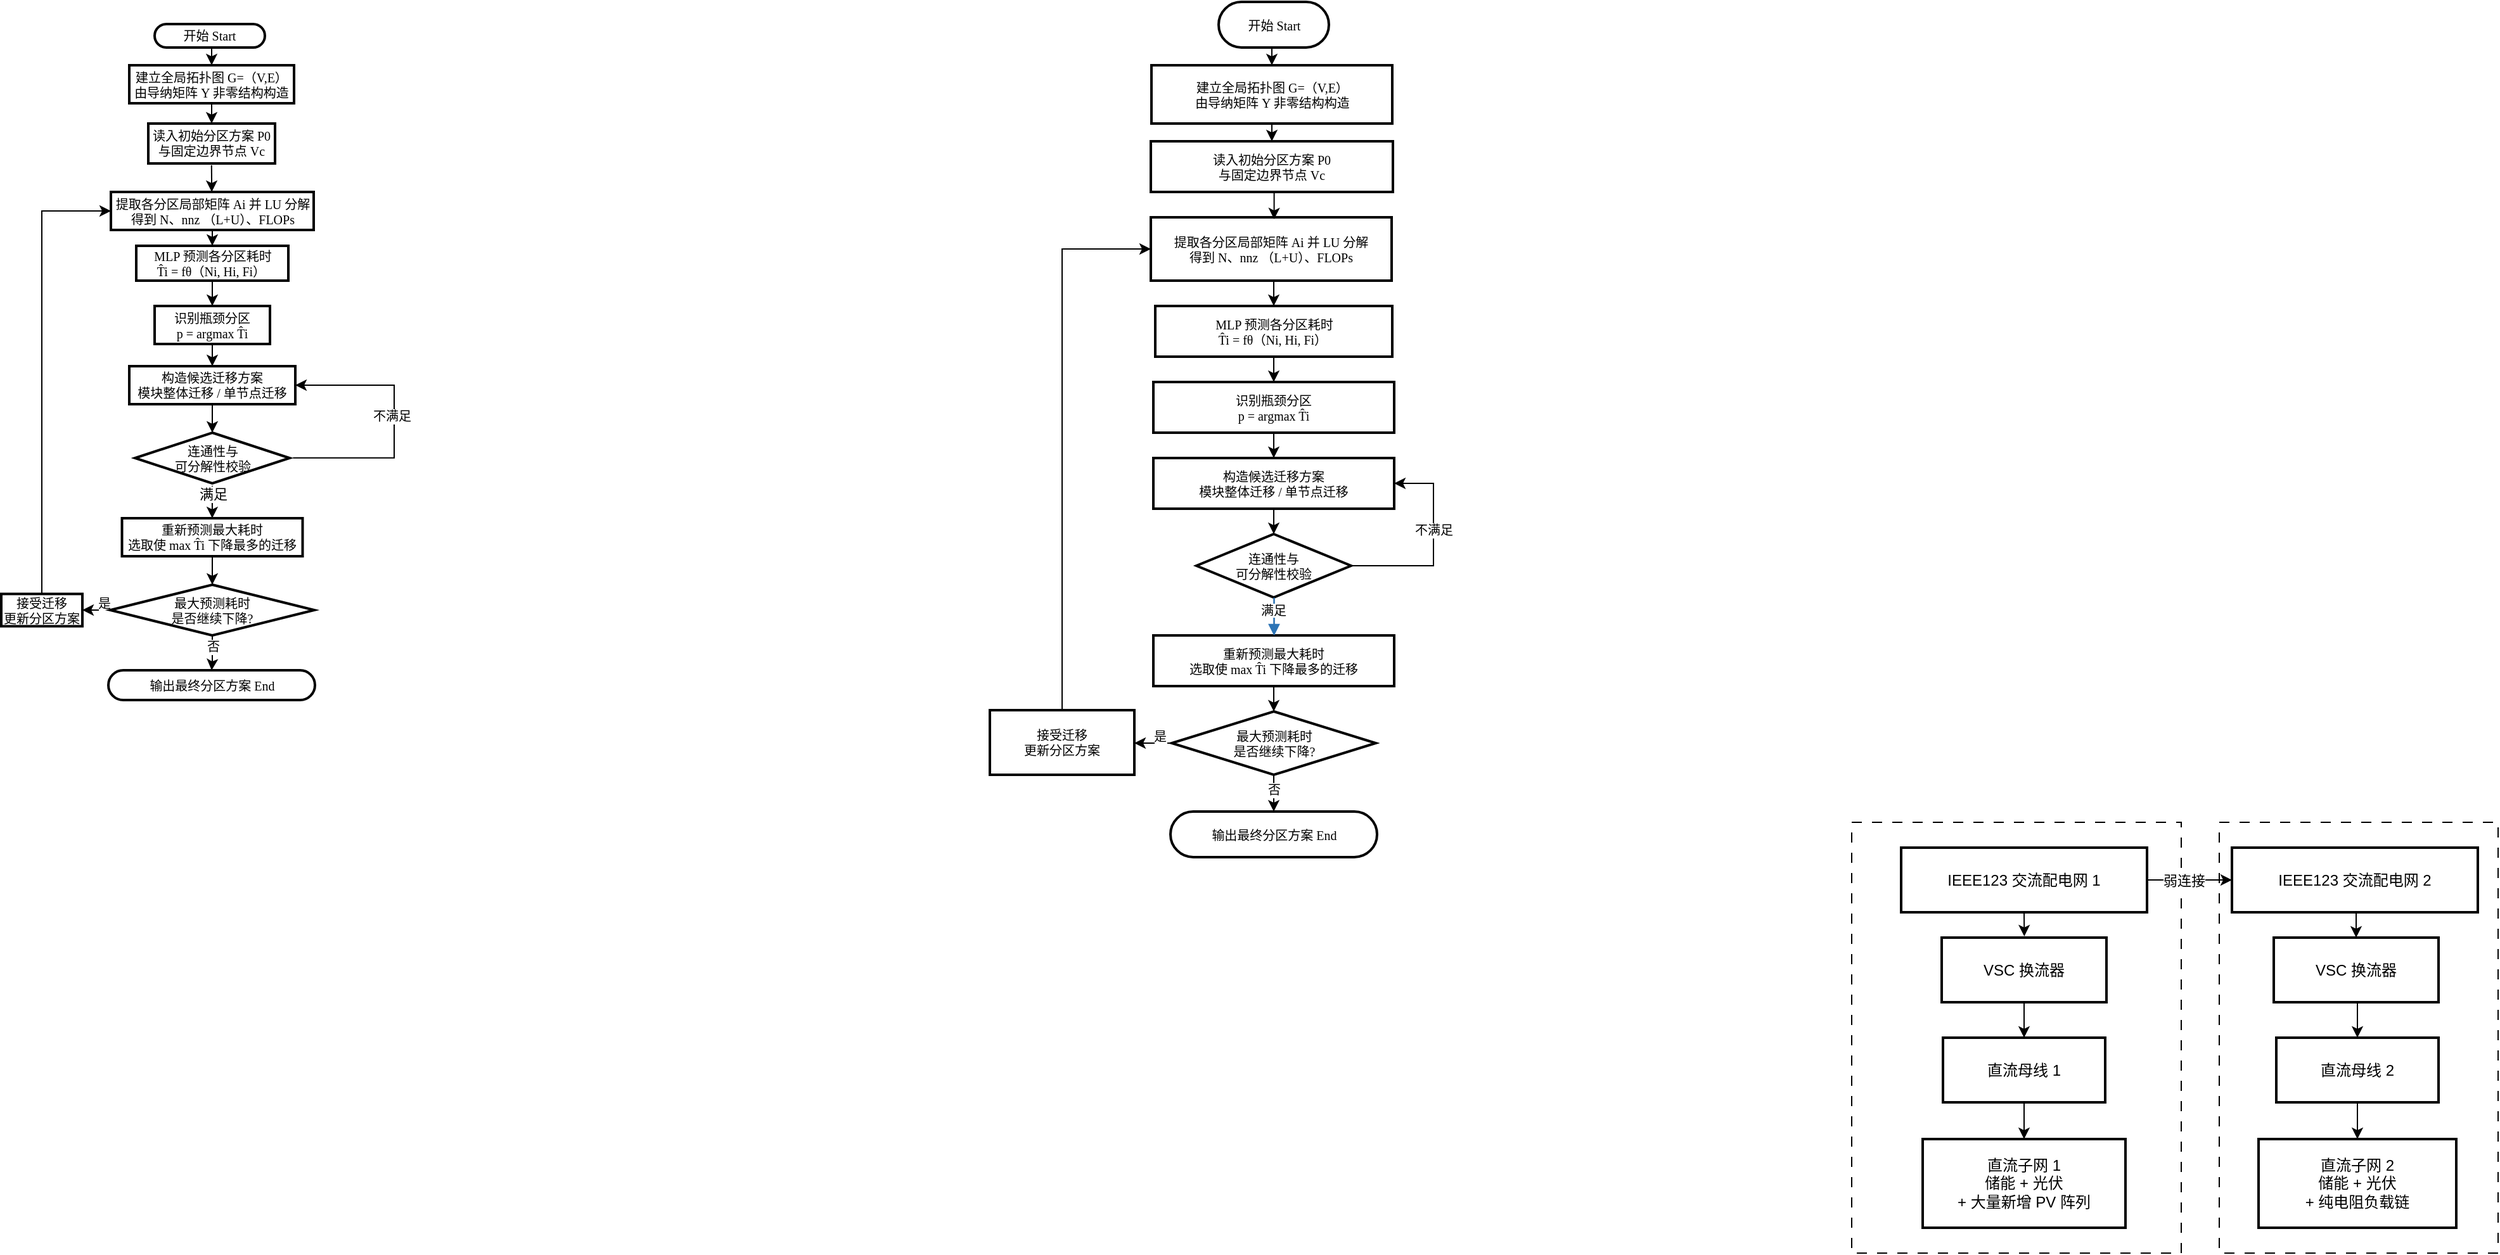
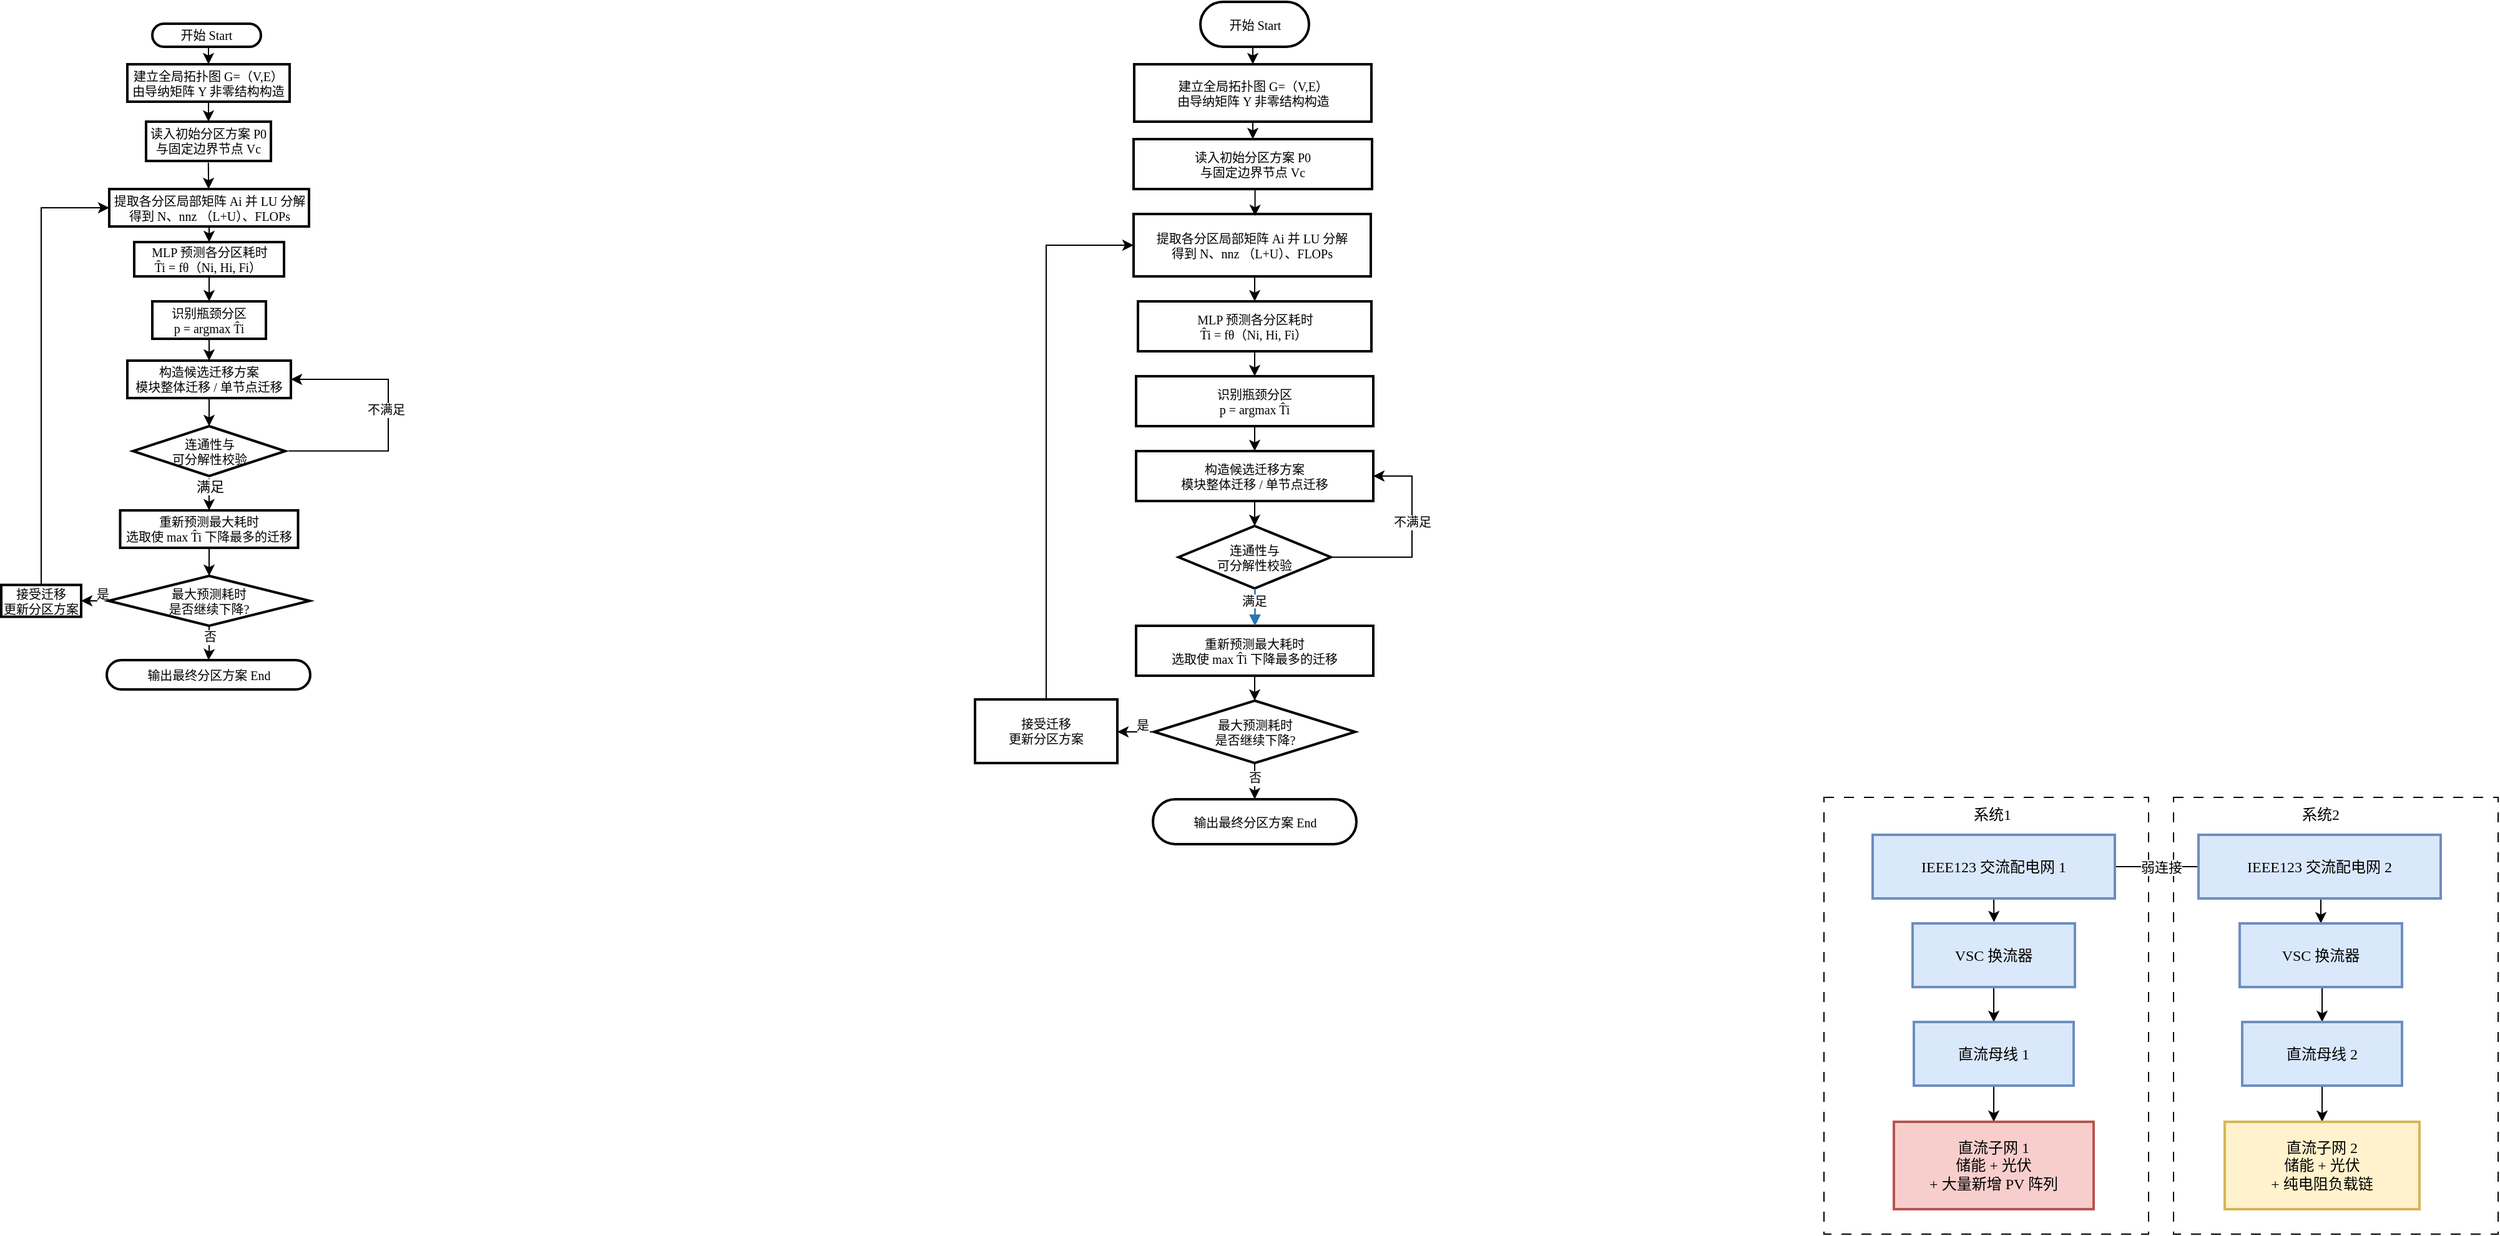
<mxfile host="app.diagrams.net">
  <diagram id="C5RBs43oDa-KdzZeNtuy" name="Page-1">
-     <mxGraphModel dx="2480" dy="474" grid="1" gridSize="10" guides="1" tooltips="1" connect="1" arrows="0" fold="1" page="0" pageScale="1" pageWidth="827" pageHeight="1169" math="0" shadow="0">
+     <mxGraphModel dx="2627" dy="553" grid="0" gridSize="10" guides="1" tooltips="1" connect="1" arrows="0" fold="1" page="0" pageScale="1" pageWidth="827" pageHeight="1169" math="0" shadow="0">
      <root>
        <mxCell id="WIyWlLk6GJQsqaUBKTNV-0" />
        <mxCell id="WIyWlLk6GJQsqaUBKTNV-1" parent="WIyWlLk6GJQsqaUBKTNV-0" />
-         <mxCell id="Rnd2EKu7hbV3BZERFTsq-199" parent="WIyWlLk6GJQsqaUBKTNV-1" style="rounded=0;whiteSpace=wrap;html=1;dashed=1;dashPattern=8 8;" value="" vertex="1">
-           <mxGeometry height="340" width="220" x="320" y="950" as="geometry" />
-         </mxCell>
-         <mxCell id="Rnd2EKu7hbV3BZERFTsq-198" parent="WIyWlLk6GJQsqaUBKTNV-1" style="rounded=0;whiteSpace=wrap;html=1;dashed=1;dashPattern=8 8;" value="" vertex="1">
-           <mxGeometry height="340" width="260" x="30" y="950" as="geometry" />
+         <mxCell id="Rnd2EKu7hbV3BZERFTsq-201" parent="WIyWlLk6GJQsqaUBKTNV-1" style="rounded=0;whiteSpace=wrap;html=1;dashed=1;dashPattern=8 8;fontFamily=Times New Roman;" value="" vertex="1">
+           <mxGeometry height="350" width="260" x="310" y="940" as="geometry" />
+         </mxCell>
+         <mxCell id="Rnd2EKu7hbV3BZERFTsq-198" parent="WIyWlLk6GJQsqaUBKTNV-1" style="rounded=0;whiteSpace=wrap;html=1;dashed=1;dashPattern=8 8;fontFamily=Times New Roman;" value="" vertex="1">
+           <mxGeometry height="350" width="260" x="30" y="940" as="geometry" />
        </mxCell>
        <mxCell id="Rnd2EKu7hbV3BZERFTsq-74" edge="1" parent="WIyWlLk6GJQsqaUBKTNV-1" source="Rnd2EKu7hbV3BZERFTsq-25" style="edgeStyle=orthogonalEdgeStyle;rounded=0;orthogonalLoop=1;jettySize=auto;html=1;exitX=0.5;exitY=1;exitDx=0;exitDy=0;entryX=0.5;entryY=0;entryDx=0;entryDy=0;fontSize=10;fontFamily=Times New Roman;labelBorderColor=none;" target="Rnd2EKu7hbV3BZERFTsq-26">
          <mxGeometry relative="1" as="geometry" />
        </mxCell>
        <mxCell id="Rnd2EKu7hbV3BZERFTsq-25" parent="WIyWlLk6GJQsqaUBKTNV-1" style="rounded=1;whiteSpace=wrap;arcSize=50;strokeWidth=2;fontFamily=Times New Roman;fillColor=none;fontSize=10;labelBorderColor=none;align=center;" value="开始 Start" vertex="1">
          <mxGeometry height="18.5" width="87" x="-1309" y="320" as="geometry" />
        </mxCell>
        <mxCell id="Rnd2EKu7hbV3BZERFTsq-77" edge="1" parent="WIyWlLk6GJQsqaUBKTNV-1" source="Rnd2EKu7hbV3BZERFTsq-26" style="edgeStyle=orthogonalEdgeStyle;rounded=0;orthogonalLoop=1;jettySize=auto;html=1;exitX=0.5;exitY=1;exitDx=0;exitDy=0;entryX=0.5;entryY=0;entryDx=0;entryDy=0;fontSize=10;fontFamily=Times New Roman;labelBorderColor=none;" target="Rnd2EKu7hbV3BZERFTsq-27">
          <mxGeometry relative="1" as="geometry" />
        </mxCell>
        <mxCell id="Rnd2EKu7hbV3BZERFTsq-26" parent="WIyWlLk6GJQsqaUBKTNV-1" style="whiteSpace=wrap;strokeWidth=2;fontFamily=Times New Roman;fontSize=10;labelBorderColor=none;align=center;" value="建立全局拓扑图 G=（V,E）&#xa;由导纳矩阵 Y 非零结构构造" vertex="1">
          <mxGeometry height="30" width="130" x="-1329" y="352.5" as="geometry" />
        </mxCell>
        <mxCell id="Rnd2EKu7hbV3BZERFTsq-27" parent="WIyWlLk6GJQsqaUBKTNV-1" style="whiteSpace=wrap;strokeWidth=2;fontFamily=Times New Roman;fontSize=10;labelBorderColor=none;align=center;" value="读入初始分区方案 P0&#xa;与固定边界节点 Vc" vertex="1">
          <mxGeometry height="31.5" width="100" x="-1314" y="398.5" as="geometry" />
        </mxCell>
        <mxCell id="Rnd2EKu7hbV3BZERFTsq-81" edge="1" parent="WIyWlLk6GJQsqaUBKTNV-1" source="Rnd2EKu7hbV3BZERFTsq-28" style="edgeStyle=orthogonalEdgeStyle;rounded=0;orthogonalLoop=1;jettySize=auto;html=1;exitX=0.5;exitY=1;exitDx=0;exitDy=0;entryX=0.5;entryY=0;entryDx=0;entryDy=0;fontSize=10;fontFamily=Times New Roman;labelBorderColor=none;" target="Rnd2EKu7hbV3BZERFTsq-29">
          <mxGeometry relative="1" as="geometry" />
        </mxCell>
        <mxCell id="Rnd2EKu7hbV3BZERFTsq-28" parent="WIyWlLk6GJQsqaUBKTNV-1" style="whiteSpace=wrap;strokeWidth=2;fontFamily=Times New Roman;fontSize=10;labelBorderColor=none;align=center;" value="提取各分区局部矩阵 Ai 并 LU 分解&#xa;得到 N、nnz （L+U）、FLOPs" vertex="1">
          <mxGeometry height="30" width="160" x="-1343.5" y="452.5" as="geometry" />
        </mxCell>
        <mxCell id="Rnd2EKu7hbV3BZERFTsq-53" edge="1" parent="WIyWlLk6GJQsqaUBKTNV-1" source="Rnd2EKu7hbV3BZERFTsq-29" style="edgeStyle=orthogonalEdgeStyle;rounded=0;orthogonalLoop=1;jettySize=auto;html=1;exitX=0.5;exitY=1;exitDx=0;exitDy=0;entryX=0.5;entryY=0;entryDx=0;entryDy=0;fontSize=10;fontFamily=Times New Roman;labelBorderColor=none;" target="Rnd2EKu7hbV3BZERFTsq-30">
          <mxGeometry relative="1" as="geometry" />
        </mxCell>
        <mxCell id="Rnd2EKu7hbV3BZERFTsq-29" parent="WIyWlLk6GJQsqaUBKTNV-1" style="whiteSpace=wrap;strokeWidth=2;fontFamily=Times New Roman;fontSize=10;labelBorderColor=none;align=center;" value="MLP 预测各分区耗时&#xa;T̂i = fθ（Ni, Hi, Fi） " vertex="1">
          <mxGeometry height="27.5" width="120" x="-1323.5" y="495" as="geometry" />
        </mxCell>
        <mxCell id="Rnd2EKu7hbV3BZERFTsq-60" edge="1" parent="WIyWlLk6GJQsqaUBKTNV-1" source="Rnd2EKu7hbV3BZERFTsq-30" style="edgeStyle=orthogonalEdgeStyle;rounded=0;orthogonalLoop=1;jettySize=auto;html=1;exitX=0.5;exitY=1;exitDx=0;exitDy=0;entryX=0.5;entryY=0;entryDx=0;entryDy=0;fontSize=10;fontFamily=Times New Roman;labelBorderColor=none;" target="Rnd2EKu7hbV3BZERFTsq-31">
          <mxGeometry relative="1" as="geometry" />
        </mxCell>
        <mxCell id="Rnd2EKu7hbV3BZERFTsq-30" parent="WIyWlLk6GJQsqaUBKTNV-1" style="whiteSpace=wrap;strokeWidth=2;fontFamily=Times New Roman;fontSize=10;labelBorderColor=none;align=center;" value="识别瓶颈分区&#xa;p = argmax T̂i" vertex="1">
          <mxGeometry height="30" width="91" x="-1309" y="542.5" as="geometry" />
        </mxCell>
        <mxCell id="Rnd2EKu7hbV3BZERFTsq-83" edge="1" parent="WIyWlLk6GJQsqaUBKTNV-1" source="Rnd2EKu7hbV3BZERFTsq-31" style="edgeStyle=orthogonalEdgeStyle;rounded=0;orthogonalLoop=1;jettySize=auto;html=1;exitX=0.5;exitY=1;exitDx=0;exitDy=0;entryX=0.5;entryY=0;entryDx=0;entryDy=0;fontSize=10;fontFamily=Times New Roman;labelBorderColor=none;" target="Rnd2EKu7hbV3BZERFTsq-32">
          <mxGeometry relative="1" as="geometry" />
        </mxCell>
        <mxCell id="Rnd2EKu7hbV3BZERFTsq-31" parent="WIyWlLk6GJQsqaUBKTNV-1" style="whiteSpace=wrap;strokeWidth=2;fontFamily=Times New Roman;fontSize=10;labelBorderColor=none;align=center;" value="构造候选迁移方案&#xa;模块整体迁移 / 单节点迁移" vertex="1">
          <mxGeometry height="30" width="131" x="-1329" y="590" as="geometry" />
        </mxCell>
        <mxCell id="Rnd2EKu7hbV3BZERFTsq-62" edge="1" parent="WIyWlLk6GJQsqaUBKTNV-1" source="Rnd2EKu7hbV3BZERFTsq-32" style="edgeStyle=orthogonalEdgeStyle;rounded=0;orthogonalLoop=1;jettySize=auto;html=1;exitX=1.022;exitY=0.498;exitDx=0;exitDy=0;entryX=1;entryY=0.5;entryDx=0;entryDy=0;fontSize=10;fontFamily=Times New Roman;labelBorderColor=none;exitPerimeter=0;" target="Rnd2EKu7hbV3BZERFTsq-31">
          <mxGeometry relative="1" as="geometry">
            <Array as="points">
              <mxPoint x="-1120" y="662" />
              <mxPoint x="-1120" y="605" />
            </Array>
            <mxPoint x="-1198.982" y="662.5" as="sourcePoint" />
            <mxPoint x="-1196.8" y="613.6" as="targetPoint" />
          </mxGeometry>
        </mxCell>
        <mxCell id="Rnd2EKu7hbV3BZERFTsq-63" connectable="0" parent="Rnd2EKu7hbV3BZERFTsq-62" style="edgeLabel;html=1;align=center;verticalAlign=middle;resizable=0;points=[];fontSize=10;fontFamily=Times New Roman;labelBorderColor=none;" value="不满足" vertex="1">
          <mxGeometry relative="1" x="0.1893" y="-3" as="geometry">
            <mxPoint x="-5" y="15" as="offset" />
          </mxGeometry>
        </mxCell>
        <mxCell id="Rnd2EKu7hbV3BZERFTsq-32" parent="WIyWlLk6GJQsqaUBKTNV-1" style="rhombus;strokeWidth=2;whiteSpace=wrap;fontFamily=Times New Roman;fontSize=10;labelBorderColor=none;align=center;" value="连通性与&#xa;可分解性校验" vertex="1">
          <mxGeometry height="40" width="122" x="-1324.5" y="642.5" as="geometry" />
        </mxCell>
        <mxCell id="Rnd2EKu7hbV3BZERFTsq-85" edge="1" parent="WIyWlLk6GJQsqaUBKTNV-1" source="Rnd2EKu7hbV3BZERFTsq-33" style="edgeStyle=orthogonalEdgeStyle;rounded=0;orthogonalLoop=1;jettySize=auto;html=1;exitX=0.5;exitY=1;exitDx=0;exitDy=0;entryX=0.5;entryY=0;entryDx=0;entryDy=0;fontSize=10;fontFamily=Times New Roman;labelBorderColor=none;" target="Rnd2EKu7hbV3BZERFTsq-34">
          <mxGeometry relative="1" as="geometry" />
        </mxCell>
        <mxCell id="Rnd2EKu7hbV3BZERFTsq-33" parent="WIyWlLk6GJQsqaUBKTNV-1" style="whiteSpace=wrap;strokeWidth=2;fontFamily=Times New Roman;fontSize=10;labelBorderColor=none;align=center;" value="重新预测最大耗时&#xa;选取使 max T̂i 下降最多的迁移" vertex="1">
          <mxGeometry height="30" width="142.5" x="-1334.75" y="710" as="geometry" />
        </mxCell>
        <mxCell id="Rnd2EKu7hbV3BZERFTsq-57" edge="1" parent="WIyWlLk6GJQsqaUBKTNV-1" source="Rnd2EKu7hbV3BZERFTsq-34" style="edgeStyle=orthogonalEdgeStyle;rounded=0;orthogonalLoop=1;jettySize=auto;html=1;exitX=0.5;exitY=1;exitDx=0;exitDy=0;fontSize=10;fontFamily=Times New Roman;labelBorderColor=none;" target="Rnd2EKu7hbV3BZERFTsq-36">
          <mxGeometry relative="1" as="geometry" />
        </mxCell>
        <mxCell id="Rnd2EKu7hbV3BZERFTsq-65" connectable="0" parent="Rnd2EKu7hbV3BZERFTsq-57" style="edgeLabel;html=1;align=center;verticalAlign=middle;resizable=0;points=[];fontSize=10;fontFamily=Times New Roman;labelBorderColor=none;" value="否" vertex="1">
          <mxGeometry relative="1" x="-0.5098" y="-1" as="geometry">
            <mxPoint x="1" y="1" as="offset" />
          </mxGeometry>
        </mxCell>
        <mxCell id="Rnd2EKu7hbV3BZERFTsq-66" edge="1" parent="WIyWlLk6GJQsqaUBKTNV-1" source="Rnd2EKu7hbV3BZERFTsq-34" style="edgeStyle=orthogonalEdgeStyle;rounded=0;orthogonalLoop=1;jettySize=auto;html=1;exitX=0;exitY=0.5;exitDx=0;exitDy=0;entryX=1;entryY=0.5;entryDx=0;entryDy=0;fontSize=10;fontFamily=Times New Roman;labelBorderColor=none;" target="Rnd2EKu7hbV3BZERFTsq-35">
          <mxGeometry relative="1" as="geometry" />
        </mxCell>
        <mxCell id="Rnd2EKu7hbV3BZERFTsq-67" connectable="0" parent="Rnd2EKu7hbV3BZERFTsq-66" style="edgeLabel;html=1;align=center;verticalAlign=middle;resizable=0;points=[];fontSize=10;fontFamily=Times New Roman;labelBorderColor=none;" value="是" vertex="1">
          <mxGeometry relative="1" x="0.0617" y="-6" as="geometry">
            <mxPoint x="6" as="offset" />
          </mxGeometry>
        </mxCell>
        <mxCell id="Rnd2EKu7hbV3BZERFTsq-34" parent="WIyWlLk6GJQsqaUBKTNV-1" style="rhombus;strokeWidth=2;whiteSpace=wrap;fontFamily=Times New Roman;fontSize=10;labelBorderColor=none;align=center;" value="最大预测耗时&#xa;是否继续下降?" vertex="1">
          <mxGeometry height="40" width="161" x="-1344" y="762.5" as="geometry" />
        </mxCell>
        <mxCell id="Rnd2EKu7hbV3BZERFTsq-70" edge="1" parent="WIyWlLk6GJQsqaUBKTNV-1" source="Rnd2EKu7hbV3BZERFTsq-35" style="edgeStyle=orthogonalEdgeStyle;rounded=0;orthogonalLoop=1;jettySize=auto;html=1;exitX=0.5;exitY=0;exitDx=0;exitDy=0;entryX=0;entryY=0.5;entryDx=0;entryDy=0;fontSize=10;fontFamily=Times New Roman;labelBorderColor=none;" target="Rnd2EKu7hbV3BZERFTsq-28">
          <mxGeometry relative="1" as="geometry" />
        </mxCell>
        <mxCell id="Rnd2EKu7hbV3BZERFTsq-35" parent="WIyWlLk6GJQsqaUBKTNV-1" style="whiteSpace=wrap;strokeWidth=2;fontFamily=Times New Roman;fontSize=10;labelBorderColor=none;" value="接受迁移&#xa;更新分区方案" vertex="1">
          <mxGeometry height="25.5" width="64" x="-1430" y="769.75" as="geometry" />
        </mxCell>
        <mxCell id="Rnd2EKu7hbV3BZERFTsq-36" parent="WIyWlLk6GJQsqaUBKTNV-1" style="rounded=1;whiteSpace=wrap;arcSize=50;strokeWidth=2;fontFamily=Times New Roman;fontSize=10;labelBorderColor=none;align=center;" value="输出最终分区方案 End" vertex="1">
          <mxGeometry height="23.5" width="163" x="-1345.5" y="830" as="geometry" />
        </mxCell>
        <mxCell id="Rnd2EKu7hbV3BZERFTsq-69" edge="1" parent="WIyWlLk6GJQsqaUBKTNV-1" source="Rnd2EKu7hbV3BZERFTsq-32" style="edgeStyle=orthogonalEdgeStyle;rounded=0;orthogonalLoop=1;jettySize=auto;html=1;exitX=0.5;exitY=1;exitDx=0;exitDy=0;fontSize=10;fontFamily=Times New Roman;labelBorderColor=none;" target="Rnd2EKu7hbV3BZERFTsq-32">
          <mxGeometry relative="1" as="geometry" />
        </mxCell>
        <mxCell id="Rnd2EKu7hbV3BZERFTsq-123" edge="1" parent="WIyWlLk6GJQsqaUBKTNV-1" source="Rnd2EKu7hbV3BZERFTsq-124" style="edgeStyle=orthogonalEdgeStyle;rounded=0;orthogonalLoop=1;jettySize=auto;html=1;exitX=0.5;exitY=1;exitDx=0;exitDy=0;entryX=0.5;entryY=0;entryDx=0;entryDy=0;fontSize=10;fontFamily=Times New Roman;labelBorderColor=none;" target="Rnd2EKu7hbV3BZERFTsq-126">
          <mxGeometry relative="1" as="geometry" />
        </mxCell>
        <mxCell id="Rnd2EKu7hbV3BZERFTsq-124" parent="WIyWlLk6GJQsqaUBKTNV-1" style="rounded=1;whiteSpace=wrap;arcSize=50;strokeWidth=2;fontFamily=Times New Roman;fillColor=none;fontSize=10;labelBorderColor=none;" value="开始 Start" vertex="1">
          <mxGeometry height="36" width="87" x="-469.5" y="302.5" as="geometry" />
        </mxCell>
        <mxCell id="Rnd2EKu7hbV3BZERFTsq-125" edge="1" parent="WIyWlLk6GJQsqaUBKTNV-1" source="Rnd2EKu7hbV3BZERFTsq-126" style="edgeStyle=orthogonalEdgeStyle;rounded=0;orthogonalLoop=1;jettySize=auto;html=1;exitX=0.5;exitY=1;exitDx=0;exitDy=0;entryX=0.5;entryY=0;entryDx=0;entryDy=0;fontSize=10;fontFamily=Times New Roman;labelBorderColor=none;" target="Rnd2EKu7hbV3BZERFTsq-127">
          <mxGeometry relative="1" as="geometry" />
        </mxCell>
        <mxCell id="Rnd2EKu7hbV3BZERFTsq-126" parent="WIyWlLk6GJQsqaUBKTNV-1" style="whiteSpace=wrap;strokeWidth=2;fontFamily=Times New Roman;fontSize=10;labelBorderColor=none;" value="建立全局拓扑图 G=（V,E）&#xa;由导纳矩阵 Y 非零结构构造" vertex="1">
          <mxGeometry height="46" width="190" x="-522.5" y="352.5" as="geometry" />
        </mxCell>
        <mxCell id="Rnd2EKu7hbV3BZERFTsq-127" parent="WIyWlLk6GJQsqaUBKTNV-1" style="whiteSpace=wrap;strokeWidth=2;fontFamily=Times New Roman;fontSize=10;labelBorderColor=none;" value="读入初始分区方案 P0&#xa;与固定边界节点 Vc" vertex="1">
          <mxGeometry height="40" width="191" x="-523" y="412.5" as="geometry" />
        </mxCell>
        <mxCell id="Rnd2EKu7hbV3BZERFTsq-128" edge="1" parent="WIyWlLk6GJQsqaUBKTNV-1" source="Rnd2EKu7hbV3BZERFTsq-129" style="edgeStyle=orthogonalEdgeStyle;rounded=0;orthogonalLoop=1;jettySize=auto;html=1;exitX=0.5;exitY=1;exitDx=0;exitDy=0;entryX=0.5;entryY=0;entryDx=0;entryDy=0;fontSize=10;fontFamily=Times New Roman;labelBorderColor=none;" target="Rnd2EKu7hbV3BZERFTsq-131">
          <mxGeometry relative="1" as="geometry" />
        </mxCell>
        <mxCell id="Rnd2EKu7hbV3BZERFTsq-129" parent="WIyWlLk6GJQsqaUBKTNV-1" style="whiteSpace=wrap;strokeWidth=2;fontFamily=Times New Roman;fontSize=10;labelBorderColor=none;" value="提取各分区局部矩阵 Ai 并 LU 分解&#xa;得到 N、nnz （L+U）、FLOPs" vertex="1">
          <mxGeometry height="50" width="190" x="-523" y="472.5" as="geometry" />
        </mxCell>
        <mxCell id="Rnd2EKu7hbV3BZERFTsq-130" edge="1" parent="WIyWlLk6GJQsqaUBKTNV-1" source="Rnd2EKu7hbV3BZERFTsq-131" style="edgeStyle=orthogonalEdgeStyle;rounded=0;orthogonalLoop=1;jettySize=auto;html=1;exitX=0.5;exitY=1;exitDx=0;exitDy=0;entryX=0.5;entryY=0;entryDx=0;entryDy=0;fontSize=10;fontFamily=Times New Roman;labelBorderColor=none;" target="Rnd2EKu7hbV3BZERFTsq-133">
          <mxGeometry relative="1" as="geometry" />
        </mxCell>
        <mxCell id="Rnd2EKu7hbV3BZERFTsq-131" parent="WIyWlLk6GJQsqaUBKTNV-1" style="whiteSpace=wrap;strokeWidth=2;fontFamily=Times New Roman;fontSize=10;labelBorderColor=none;" value="MLP 预测各分区耗时&#xa;T̂i = fθ（Ni, Hi, Fi） " vertex="1">
          <mxGeometry height="40" width="187" x="-519.5" y="542.5" as="geometry" />
        </mxCell>
        <mxCell id="Rnd2EKu7hbV3BZERFTsq-132" edge="1" parent="WIyWlLk6GJQsqaUBKTNV-1" source="Rnd2EKu7hbV3BZERFTsq-133" style="edgeStyle=orthogonalEdgeStyle;rounded=0;orthogonalLoop=1;jettySize=auto;html=1;exitX=0.5;exitY=1;exitDx=0;exitDy=0;entryX=0.5;entryY=0;entryDx=0;entryDy=0;fontSize=10;fontFamily=Times New Roman;labelBorderColor=none;" target="Rnd2EKu7hbV3BZERFTsq-135">
          <mxGeometry relative="1" as="geometry" />
        </mxCell>
        <mxCell id="Rnd2EKu7hbV3BZERFTsq-133" parent="WIyWlLk6GJQsqaUBKTNV-1" style="whiteSpace=wrap;strokeWidth=2;fontFamily=Times New Roman;fontSize=10;labelBorderColor=none;" value="识别瓶颈分区&#xa;p = argmax T̂i" vertex="1">
          <mxGeometry height="40" width="190" x="-521" y="602.5" as="geometry" />
        </mxCell>
        <mxCell id="Rnd2EKu7hbV3BZERFTsq-134" edge="1" parent="WIyWlLk6GJQsqaUBKTNV-1" source="Rnd2EKu7hbV3BZERFTsq-135" style="edgeStyle=orthogonalEdgeStyle;rounded=0;orthogonalLoop=1;jettySize=auto;html=1;exitX=0.5;exitY=1;exitDx=0;exitDy=0;entryX=0.5;entryY=0;entryDx=0;entryDy=0;fontSize=10;fontFamily=Times New Roman;labelBorderColor=none;" target="Rnd2EKu7hbV3BZERFTsq-138">
          <mxGeometry relative="1" as="geometry" />
        </mxCell>
        <mxCell id="Rnd2EKu7hbV3BZERFTsq-135" parent="WIyWlLk6GJQsqaUBKTNV-1" style="whiteSpace=wrap;strokeWidth=2;fontFamily=Times New Roman;fontSize=10;labelBorderColor=none;" value="构造候选迁移方案&#xa;模块整体迁移 / 单节点迁移" vertex="1">
          <mxGeometry height="40" width="190" x="-521" y="662.5" as="geometry" />
        </mxCell>
        <mxCell id="Rnd2EKu7hbV3BZERFTsq-136" edge="1" parent="WIyWlLk6GJQsqaUBKTNV-1" source="Rnd2EKu7hbV3BZERFTsq-138" style="edgeStyle=orthogonalEdgeStyle;rounded=0;orthogonalLoop=1;jettySize=auto;html=1;exitX=1;exitY=0.5;exitDx=0;exitDy=0;entryX=1;entryY=0.5;entryDx=0;entryDy=0;fontSize=10;fontFamily=Times New Roman;labelBorderColor=none;" target="Rnd2EKu7hbV3BZERFTsq-135">
          <mxGeometry relative="1" as="geometry">
            <Array as="points">
              <mxPoint x="-300" y="747.5" />
              <mxPoint x="-300" y="682.5" />
            </Array>
          </mxGeometry>
        </mxCell>
        <mxCell id="Rnd2EKu7hbV3BZERFTsq-137" connectable="0" parent="Rnd2EKu7hbV3BZERFTsq-136" style="edgeLabel;html=1;align=center;verticalAlign=middle;resizable=0;points=[];fontSize=10;fontFamily=Times New Roman;labelBorderColor=none;" value="不满足" vertex="1">
          <mxGeometry relative="1" x="0.1893" y="-3" as="geometry">
            <mxPoint x="-3" y="2" as="offset" />
          </mxGeometry>
        </mxCell>
        <mxCell id="Rnd2EKu7hbV3BZERFTsq-138" parent="WIyWlLk6GJQsqaUBKTNV-1" style="rhombus;strokeWidth=2;whiteSpace=wrap;fontFamily=Times New Roman;fontSize=10;labelBorderColor=none;" value="连通性与&#xa;可分解性校验" vertex="1">
          <mxGeometry height="50" width="122" x="-487" y="722.5" as="geometry" />
        </mxCell>
        <mxCell id="Rnd2EKu7hbV3BZERFTsq-139" edge="1" parent="WIyWlLk6GJQsqaUBKTNV-1" source="Rnd2EKu7hbV3BZERFTsq-140" style="edgeStyle=orthogonalEdgeStyle;rounded=0;orthogonalLoop=1;jettySize=auto;html=1;exitX=0.5;exitY=1;exitDx=0;exitDy=0;entryX=0.5;entryY=0;entryDx=0;entryDy=0;fontSize=10;fontFamily=Times New Roman;labelBorderColor=none;" target="Rnd2EKu7hbV3BZERFTsq-145">
          <mxGeometry relative="1" as="geometry" />
        </mxCell>
        <mxCell id="Rnd2EKu7hbV3BZERFTsq-140" parent="WIyWlLk6GJQsqaUBKTNV-1" style="whiteSpace=wrap;strokeWidth=2;fontFamily=Times New Roman;fontSize=10;labelBorderColor=none;" value="重新预测最大耗时&#xa;选取使 max T̂i 下降最多的迁移" vertex="1">
          <mxGeometry height="40" width="190" x="-521" y="802.5" as="geometry" />
        </mxCell>
        <mxCell id="Rnd2EKu7hbV3BZERFTsq-141" edge="1" parent="WIyWlLk6GJQsqaUBKTNV-1" source="Rnd2EKu7hbV3BZERFTsq-145" style="edgeStyle=orthogonalEdgeStyle;rounded=0;orthogonalLoop=1;jettySize=auto;html=1;exitX=0.5;exitY=1;exitDx=0;exitDy=0;fontSize=10;fontFamily=Times New Roman;labelBorderColor=none;" target="Rnd2EKu7hbV3BZERFTsq-148">
          <mxGeometry relative="1" as="geometry" />
        </mxCell>
        <mxCell id="Rnd2EKu7hbV3BZERFTsq-142" connectable="0" parent="Rnd2EKu7hbV3BZERFTsq-141" style="edgeLabel;html=1;align=center;verticalAlign=middle;resizable=0;points=[];fontSize=10;fontFamily=Times New Roman;labelBorderColor=none;" value="否" vertex="1">
          <mxGeometry relative="1" x="-0.5098" y="-1" as="geometry">
            <mxPoint x="1" y="-1" as="offset" />
          </mxGeometry>
        </mxCell>
        <mxCell id="Rnd2EKu7hbV3BZERFTsq-143" edge="1" parent="WIyWlLk6GJQsqaUBKTNV-1" source="Rnd2EKu7hbV3BZERFTsq-145" style="edgeStyle=orthogonalEdgeStyle;rounded=0;orthogonalLoop=1;jettySize=auto;html=1;exitX=0;exitY=0.5;exitDx=0;exitDy=0;entryX=1;entryY=0.5;entryDx=0;entryDy=0;fontSize=10;fontFamily=Times New Roman;labelBorderColor=none;" target="Rnd2EKu7hbV3BZERFTsq-147">
          <mxGeometry relative="1" as="geometry" />
        </mxCell>
        <mxCell id="Rnd2EKu7hbV3BZERFTsq-144" connectable="0" parent="Rnd2EKu7hbV3BZERFTsq-143" style="edgeLabel;html=1;align=center;verticalAlign=middle;resizable=0;points=[];fontSize=10;fontFamily=Times New Roman;labelBorderColor=none;" value="是" vertex="1">
          <mxGeometry relative="1" x="0.0617" y="-6" as="geometry">
            <mxPoint x="6" as="offset" />
          </mxGeometry>
        </mxCell>
        <mxCell id="Rnd2EKu7hbV3BZERFTsq-145" parent="WIyWlLk6GJQsqaUBKTNV-1" style="rhombus;strokeWidth=2;whiteSpace=wrap;fontFamily=Times New Roman;fontSize=10;labelBorderColor=none;" value="最大预测耗时&#xa;是否继续下降?" vertex="1">
          <mxGeometry height="50" width="161" x="-506.5" y="862.5" as="geometry" />
        </mxCell>
        <mxCell id="Rnd2EKu7hbV3BZERFTsq-146" edge="1" parent="WIyWlLk6GJQsqaUBKTNV-1" source="Rnd2EKu7hbV3BZERFTsq-147" style="edgeStyle=orthogonalEdgeStyle;rounded=0;orthogonalLoop=1;jettySize=auto;html=1;exitX=0.5;exitY=0;exitDx=0;exitDy=0;entryX=0;entryY=0.5;entryDx=0;entryDy=0;fontSize=10;fontFamily=Times New Roman;labelBorderColor=none;" target="Rnd2EKu7hbV3BZERFTsq-129">
          <mxGeometry relative="1" as="geometry" />
        </mxCell>
        <mxCell id="Rnd2EKu7hbV3BZERFTsq-147" parent="WIyWlLk6GJQsqaUBKTNV-1" style="whiteSpace=wrap;strokeWidth=2;fontFamily=Times New Roman;fontSize=10;labelBorderColor=none;" value="接受迁移&#xa;更新分区方案" vertex="1">
          <mxGeometry height="51" width="114" x="-650" y="861.5" as="geometry" />
        </mxCell>
        <mxCell id="Rnd2EKu7hbV3BZERFTsq-148" parent="WIyWlLk6GJQsqaUBKTNV-1" style="rounded=1;whiteSpace=wrap;arcSize=50;strokeWidth=2;fontFamily=Times New Roman;fontSize=10;labelBorderColor=none;" value="输出最终分区方案 End" vertex="1">
          <mxGeometry height="36" width="163" x="-507.5" y="941.5" as="geometry" />
        </mxCell>
        <mxCell id="Rnd2EKu7hbV3BZERFTsq-149" edge="1" parent="WIyWlLk6GJQsqaUBKTNV-1" source="Rnd2EKu7hbV3BZERFTsq-138" style="curved=1;startArrow=none;endArrow=block;strokeColor=#2E75B6;strokeWidth=1.3;;exitX=0.5;exitY=1;entryX=0.5;entryY=0;rounded=0;fontFamily=Times New Roman;fontSize=10;labelBorderColor=none;" target="Rnd2EKu7hbV3BZERFTsq-140" value="满足">
          <mxGeometry relative="1" x="-0.3335" as="geometry">
            <mxPoint as="offset" />
            <Array as="points" />
          </mxGeometry>
        </mxCell>
        <mxCell id="Rnd2EKu7hbV3BZERFTsq-150" edge="1" parent="WIyWlLk6GJQsqaUBKTNV-1" source="Rnd2EKu7hbV3BZERFTsq-138" style="edgeStyle=orthogonalEdgeStyle;rounded=0;orthogonalLoop=1;jettySize=auto;html=1;exitX=0.5;exitY=1;exitDx=0;exitDy=0;fontSize=10;fontFamily=Times New Roman;labelBorderColor=none;" target="Rnd2EKu7hbV3BZERFTsq-138">
          <mxGeometry relative="1" as="geometry" />
        </mxCell>
        <mxCell id="Rnd2EKu7hbV3BZERFTsq-151" edge="1" parent="WIyWlLk6GJQsqaUBKTNV-1" source="Rnd2EKu7hbV3BZERFTsq-127" style="edgeStyle=orthogonalEdgeStyle;rounded=0;orthogonalLoop=1;jettySize=auto;html=1;exitX=0.5;exitY=1;exitDx=0;exitDy=0;entryX=0.512;entryY=0.031;entryDx=0;entryDy=0;entryPerimeter=0;fontSize=10;fontFamily=Times New Roman;labelBorderColor=none;" target="Rnd2EKu7hbV3BZERFTsq-129">
          <mxGeometry relative="1" as="geometry" />
        </mxCell>
        <mxCell id="Rnd2EKu7hbV3BZERFTsq-166" edge="1" parent="WIyWlLk6GJQsqaUBKTNV-1" style="edgeStyle=orthogonalEdgeStyle;rounded=0;orthogonalLoop=1;jettySize=auto;html=1;entryX=0.498;entryY=-0.047;entryDx=0;entryDy=0;entryPerimeter=0;">
          <mxGeometry relative="1" as="geometry">
            <mxPoint x="-1264.1" y="431.4100000000001" as="sourcePoint" />
            <mxPoint x="-1263.9199999999998" y="452.50000000000006" as="targetPoint" />
          </mxGeometry>
        </mxCell>
        <mxCell id="Rnd2EKu7hbV3BZERFTsq-167" edge="1" parent="WIyWlLk6GJQsqaUBKTNV-1" style="edgeStyle=orthogonalEdgeStyle;rounded=0;orthogonalLoop=1;jettySize=auto;html=1;exitX=0.5;exitY=1;exitDx=0;exitDy=0;entryX=0.5;entryY=-0.064;entryDx=0;entryDy=0;entryPerimeter=0;">
          <mxGeometry relative="1" as="geometry">
            <mxPoint x="-1263.54" y="684.42" as="sourcePoint" />
            <mxPoint x="-1263.54" y="710" as="targetPoint" />
          </mxGeometry>
        </mxCell>
        <mxCell id="Rnd2EKu7hbV3BZERFTsq-168" connectable="0" parent="Rnd2EKu7hbV3BZERFTsq-167" style="edgeLabel;html=1;align=center;verticalAlign=middle;resizable=0;points=[];" value="满足" vertex="1">
          <mxGeometry relative="1" x="-0.5061" as="geometry">
            <mxPoint as="offset" />
          </mxGeometry>
        </mxCell>
-         <mxCell id="Rnd2EKu7hbV3BZERFTsq-185" edge="1" parent="WIyWlLk6GJQsqaUBKTNV-1" source="Rnd2EKu7hbV3BZERFTsq-169" style="edgeStyle=orthogonalEdgeStyle;rounded=0;orthogonalLoop=1;jettySize=auto;html=1;exitX=1;exitY=0.5;exitDx=0;exitDy=0;entryX=0;entryY=0.5;entryDx=0;entryDy=0;" target="Rnd2EKu7hbV3BZERFTsq-170">
-           <mxGeometry relative="1" as="geometry" />
-         </mxCell>
-         <mxCell id="Rnd2EKu7hbV3BZERFTsq-186" connectable="0" parent="Rnd2EKu7hbV3BZERFTsq-185" style="edgeLabel;html=1;align=center;verticalAlign=middle;resizable=0;points=[];" value="弱连接" vertex="1">
+         <mxCell id="Rnd2EKu7hbV3BZERFTsq-185" edge="1" parent="WIyWlLk6GJQsqaUBKTNV-1" source="Rnd2EKu7hbV3BZERFTsq-169" style="edgeStyle=orthogonalEdgeStyle;rounded=0;orthogonalLoop=1;jettySize=auto;html=1;exitX=1;exitY=0.5;exitDx=0;exitDy=0;entryX=0;entryY=0.5;entryDx=0;entryDy=0;shape=wire;dashed=1;endArrow=none;endFill=0;fontFamily=Times New Roman;" target="Rnd2EKu7hbV3BZERFTsq-170">
+           <mxGeometry relative="1" as="geometry" />
+         </mxCell>
+         <mxCell id="Rnd2EKu7hbV3BZERFTsq-186" connectable="0" parent="Rnd2EKu7hbV3BZERFTsq-185" style="edgeLabel;html=1;align=center;verticalAlign=middle;resizable=0;points=[];fontFamily=Times New Roman;" value="弱连接" vertex="1">
          <mxGeometry relative="1" x="-0.1415" as="geometry">
-             <mxPoint as="offset" />
-           </mxGeometry>
-         </mxCell>
-         <mxCell id="Rnd2EKu7hbV3BZERFTsq-190" edge="1" parent="WIyWlLk6GJQsqaUBKTNV-1" source="Rnd2EKu7hbV3BZERFTsq-169" style="edgeStyle=orthogonalEdgeStyle;rounded=0;orthogonalLoop=1;jettySize=auto;html=1;exitX=0.5;exitY=1;exitDx=0;exitDy=0;">
+             <mxPoint x="8" as="offset" />
+           </mxGeometry>
+         </mxCell>
+         <mxCell id="Rnd2EKu7hbV3BZERFTsq-190" edge="1" parent="WIyWlLk6GJQsqaUBKTNV-1" source="Rnd2EKu7hbV3BZERFTsq-169" style="edgeStyle=orthogonalEdgeStyle;rounded=0;orthogonalLoop=1;jettySize=auto;html=1;exitX=0.5;exitY=1;exitDx=0;exitDy=0;fontFamily=Times New Roman;">
          <mxGeometry relative="1" as="geometry">
            <mxPoint x="166.17647058823513" y="1040" as="targetPoint" />
          </mxGeometry>
        </mxCell>
-         <mxCell id="Rnd2EKu7hbV3BZERFTsq-169" parent="WIyWlLk6GJQsqaUBKTNV-1" style="whiteSpace=wrap;strokeWidth=2;fontFamily=Helvetica;" value="IEEE123 交流配电网 1" vertex="1">
+         <mxCell id="Rnd2EKu7hbV3BZERFTsq-169" parent="WIyWlLk6GJQsqaUBKTNV-1" style="whiteSpace=wrap;strokeWidth=2;fontFamily=Times New Roman;fillColor=#dae8fc;strokeColor=#6c8ebf;" value="IEEE123 交流配电网 1" vertex="1">
          <mxGeometry height="51" width="194" x="69" y="970" as="geometry" />
        </mxCell>
-         <mxCell id="Rnd2EKu7hbV3BZERFTsq-193" edge="1" parent="WIyWlLk6GJQsqaUBKTNV-1" source="Rnd2EKu7hbV3BZERFTsq-170" style="edgeStyle=orthogonalEdgeStyle;rounded=0;orthogonalLoop=1;jettySize=auto;html=1;exitX=0.5;exitY=1;exitDx=0;exitDy=0;entryX=0.5;entryY=0;entryDx=0;entryDy=0;" target="Rnd2EKu7hbV3BZERFTsq-174">
-           <mxGeometry relative="1" as="geometry" />
-         </mxCell>
-         <mxCell id="Rnd2EKu7hbV3BZERFTsq-170" parent="WIyWlLk6GJQsqaUBKTNV-1" style="whiteSpace=wrap;strokeWidth=2;fontFamily=Helvetica;align=center;" value="IEEE123 交流配电网 2" vertex="1">
+         <mxCell id="Rnd2EKu7hbV3BZERFTsq-193" edge="1" parent="WIyWlLk6GJQsqaUBKTNV-1" source="Rnd2EKu7hbV3BZERFTsq-170" style="edgeStyle=orthogonalEdgeStyle;rounded=0;orthogonalLoop=1;jettySize=auto;html=1;exitX=0.5;exitY=1;exitDx=0;exitDy=0;entryX=0.5;entryY=0;entryDx=0;entryDy=0;fontFamily=Times New Roman;" target="Rnd2EKu7hbV3BZERFTsq-174">
+           <mxGeometry relative="1" as="geometry" />
+         </mxCell>
+         <mxCell id="Rnd2EKu7hbV3BZERFTsq-170" parent="WIyWlLk6GJQsqaUBKTNV-1" style="whiteSpace=wrap;strokeWidth=2;fontFamily=Times New Roman;align=center;fillColor=#dae8fc;strokeColor=#6c8ebf;" value="IEEE123 交流配电网 2" vertex="1">
          <mxGeometry height="51" width="194" x="330" y="970" as="geometry" />
        </mxCell>
-         <mxCell id="Rnd2EKu7hbV3BZERFTsq-191" edge="1" parent="WIyWlLk6GJQsqaUBKTNV-1" source="Rnd2EKu7hbV3BZERFTsq-171" style="edgeStyle=orthogonalEdgeStyle;rounded=0;orthogonalLoop=1;jettySize=auto;html=1;exitX=0.5;exitY=1;exitDx=0;exitDy=0;entryX=0.5;entryY=0;entryDx=0;entryDy=0;" target="Rnd2EKu7hbV3BZERFTsq-172">
-           <mxGeometry relative="1" as="geometry" />
-         </mxCell>
-         <mxCell id="Rnd2EKu7hbV3BZERFTsq-171" parent="WIyWlLk6GJQsqaUBKTNV-1" style="whiteSpace=wrap;strokeWidth=2;fontFamily=Helvetica;" value="VSC 换流器" vertex="1">
+         <mxCell id="Rnd2EKu7hbV3BZERFTsq-191" edge="1" parent="WIyWlLk6GJQsqaUBKTNV-1" source="Rnd2EKu7hbV3BZERFTsq-171" style="edgeStyle=orthogonalEdgeStyle;rounded=0;orthogonalLoop=1;jettySize=auto;html=1;exitX=0.5;exitY=1;exitDx=0;exitDy=0;entryX=0.5;entryY=0;entryDx=0;entryDy=0;fontFamily=Times New Roman;" target="Rnd2EKu7hbV3BZERFTsq-172">
+           <mxGeometry relative="1" as="geometry" />
+         </mxCell>
+         <mxCell id="Rnd2EKu7hbV3BZERFTsq-171" parent="WIyWlLk6GJQsqaUBKTNV-1" style="whiteSpace=wrap;strokeWidth=2;fontFamily=Times New Roman;fillColor=#dae8fc;strokeColor=#6c8ebf;" value="VSC 换流器" vertex="1">
          <mxGeometry height="51" width="130" x="101" y="1041" as="geometry" />
        </mxCell>
-         <mxCell id="Rnd2EKu7hbV3BZERFTsq-192" edge="1" parent="WIyWlLk6GJQsqaUBKTNV-1" source="Rnd2EKu7hbV3BZERFTsq-172" style="edgeStyle=orthogonalEdgeStyle;rounded=0;orthogonalLoop=1;jettySize=auto;html=1;exitX=0.5;exitY=1;exitDx=0;exitDy=0;entryX=0.5;entryY=0;entryDx=0;entryDy=0;" target="Rnd2EKu7hbV3BZERFTsq-173">
-           <mxGeometry relative="1" as="geometry" />
-         </mxCell>
-         <mxCell id="Rnd2EKu7hbV3BZERFTsq-172" parent="WIyWlLk6GJQsqaUBKTNV-1" style="whiteSpace=wrap;strokeWidth=2;fontFamily=Helvetica;" value="直流母线 1" vertex="1">
+         <mxCell id="Rnd2EKu7hbV3BZERFTsq-192" edge="1" parent="WIyWlLk6GJQsqaUBKTNV-1" source="Rnd2EKu7hbV3BZERFTsq-172" style="edgeStyle=orthogonalEdgeStyle;rounded=0;orthogonalLoop=1;jettySize=auto;html=1;exitX=0.5;exitY=1;exitDx=0;exitDy=0;entryX=0.5;entryY=0;entryDx=0;entryDy=0;fontFamily=Times New Roman;" target="Rnd2EKu7hbV3BZERFTsq-173">
+           <mxGeometry relative="1" as="geometry" />
+         </mxCell>
+         <mxCell id="Rnd2EKu7hbV3BZERFTsq-172" parent="WIyWlLk6GJQsqaUBKTNV-1" style="whiteSpace=wrap;strokeWidth=2;fontFamily=Times New Roman;fillColor=#dae8fc;strokeColor=#6c8ebf;" value="直流母线 1" vertex="1">
          <mxGeometry height="51" width="128" x="102" y="1120" as="geometry" />
        </mxCell>
-         <mxCell id="Rnd2EKu7hbV3BZERFTsq-173" parent="WIyWlLk6GJQsqaUBKTNV-1" style="whiteSpace=wrap;strokeWidth=2;fontFamily=Helvetica;" value="直流子网 1&#xa;储能 + 光伏&#xa;+ 大量新增 PV 阵列" vertex="1">
+         <mxCell id="Rnd2EKu7hbV3BZERFTsq-173" parent="WIyWlLk6GJQsqaUBKTNV-1" style="whiteSpace=wrap;strokeWidth=2;fontFamily=Times New Roman;fillColor=#f8cecc;strokeColor=#b85450;" value="直流子网 1&#xa;储能 + 光伏&#xa;+ 大量新增 PV 阵列" vertex="1">
          <mxGeometry height="70" width="160" x="86" y="1200" as="geometry" />
        </mxCell>
-         <mxCell id="Rnd2EKu7hbV3BZERFTsq-194" edge="1" parent="WIyWlLk6GJQsqaUBKTNV-1" source="Rnd2EKu7hbV3BZERFTsq-174" style="edgeStyle=orthogonalEdgeStyle;rounded=0;orthogonalLoop=1;jettySize=auto;html=1;exitX=0.5;exitY=1;exitDx=0;exitDy=0;entryX=0.5;entryY=0;entryDx=0;entryDy=0;" target="Rnd2EKu7hbV3BZERFTsq-175">
-           <mxGeometry relative="1" as="geometry" />
-         </mxCell>
-         <mxCell id="Rnd2EKu7hbV3BZERFTsq-174" parent="WIyWlLk6GJQsqaUBKTNV-1" style="whiteSpace=wrap;strokeWidth=2;fontFamily=Helvetica;align=center;" value="VSC 换流器" vertex="1">
+         <mxCell id="Rnd2EKu7hbV3BZERFTsq-194" edge="1" parent="WIyWlLk6GJQsqaUBKTNV-1" source="Rnd2EKu7hbV3BZERFTsq-174" style="edgeStyle=orthogonalEdgeStyle;rounded=0;orthogonalLoop=1;jettySize=auto;html=1;exitX=0.5;exitY=1;exitDx=0;exitDy=0;entryX=0.5;entryY=0;entryDx=0;entryDy=0;fontFamily=Times New Roman;" target="Rnd2EKu7hbV3BZERFTsq-175">
+           <mxGeometry relative="1" as="geometry" />
+         </mxCell>
+         <mxCell id="Rnd2EKu7hbV3BZERFTsq-174" parent="WIyWlLk6GJQsqaUBKTNV-1" style="whiteSpace=wrap;strokeWidth=2;fontFamily=Times New Roman;align=center;fillColor=#dae8fc;strokeColor=#6c8ebf;" value="VSC 换流器" vertex="1">
          <mxGeometry height="51" width="130" x="363" y="1041" as="geometry" />
        </mxCell>
-         <mxCell id="Rnd2EKu7hbV3BZERFTsq-184" edge="1" parent="WIyWlLk6GJQsqaUBKTNV-1" source="Rnd2EKu7hbV3BZERFTsq-175" style="edgeStyle=orthogonalEdgeStyle;rounded=0;orthogonalLoop=1;jettySize=auto;html=1;exitX=0.5;exitY=0;exitDx=0;exitDy=0;">
+         <mxCell id="Rnd2EKu7hbV3BZERFTsq-184" edge="1" parent="WIyWlLk6GJQsqaUBKTNV-1" source="Rnd2EKu7hbV3BZERFTsq-175" style="edgeStyle=orthogonalEdgeStyle;rounded=0;orthogonalLoop=1;jettySize=auto;html=1;exitX=0.5;exitY=0;exitDx=0;exitDy=0;fontFamily=Times New Roman;">
          <mxGeometry relative="1" as="geometry">
            <mxPoint x="428.75" y="1130" as="targetPoint" />
          </mxGeometry>
        </mxCell>
-         <mxCell id="Rnd2EKu7hbV3BZERFTsq-195" edge="1" parent="WIyWlLk6GJQsqaUBKTNV-1" source="Rnd2EKu7hbV3BZERFTsq-175" style="edgeStyle=orthogonalEdgeStyle;rounded=0;orthogonalLoop=1;jettySize=auto;html=1;exitX=0.5;exitY=1;exitDx=0;exitDy=0;entryX=0.5;entryY=0;entryDx=0;entryDy=0;" target="Rnd2EKu7hbV3BZERFTsq-176">
-           <mxGeometry relative="1" as="geometry" />
-         </mxCell>
-         <mxCell id="Rnd2EKu7hbV3BZERFTsq-175" parent="WIyWlLk6GJQsqaUBKTNV-1" style="whiteSpace=wrap;strokeWidth=2;fontFamily=Helvetica;align=center;" value="直流母线 2" vertex="1">
+         <mxCell id="Rnd2EKu7hbV3BZERFTsq-195" edge="1" parent="WIyWlLk6GJQsqaUBKTNV-1" source="Rnd2EKu7hbV3BZERFTsq-175" style="edgeStyle=orthogonalEdgeStyle;rounded=0;orthogonalLoop=1;jettySize=auto;html=1;exitX=0.5;exitY=1;exitDx=0;exitDy=0;entryX=0.5;entryY=0;entryDx=0;entryDy=0;fontFamily=Times New Roman;" target="Rnd2EKu7hbV3BZERFTsq-176">
+           <mxGeometry relative="1" as="geometry" />
+         </mxCell>
+         <mxCell id="Rnd2EKu7hbV3BZERFTsq-175" parent="WIyWlLk6GJQsqaUBKTNV-1" style="whiteSpace=wrap;strokeWidth=2;fontFamily=Times New Roman;align=center;fillColor=#dae8fc;strokeColor=#6c8ebf;" value="直流母线 2" vertex="1">
          <mxGeometry height="51" width="128" x="365" y="1120" as="geometry" />
        </mxCell>
-         <mxCell id="Rnd2EKu7hbV3BZERFTsq-176" parent="WIyWlLk6GJQsqaUBKTNV-1" style="whiteSpace=wrap;strokeWidth=2;fontFamily=Helvetica;align=center;" value="直流子网 2&#xa;储能 + 光伏&#xa;+ 纯电阻负载链" vertex="1">
+         <mxCell id="Rnd2EKu7hbV3BZERFTsq-176" parent="WIyWlLk6GJQsqaUBKTNV-1" style="whiteSpace=wrap;strokeWidth=2;fontFamily=Times New Roman;align=center;fillColor=#fff2cc;strokeColor=#d6b656;" value="直流子网 2&#xa;储能 + 光伏&#xa;+ 纯电阻负载链" vertex="1">
          <mxGeometry height="70" width="156" x="351" y="1200" as="geometry" />
+         </mxCell>
+         <mxCell id="Rnd2EKu7hbV3BZERFTsq-203" parent="WIyWlLk6GJQsqaUBKTNV-1" style="text;whiteSpace=wrap;fontFamily=Times New Roman;" value="系统1" vertex="1">
+           <mxGeometry height="31.5" width="37" x="147.5" y="940" as="geometry" />
+         </mxCell>
+         <mxCell id="Rnd2EKu7hbV3BZERFTsq-204" parent="WIyWlLk6GJQsqaUBKTNV-1" style="text;whiteSpace=wrap;fontFamily=Times New Roman;" value="系统2" vertex="1">
+           <mxGeometry height="40" width="35" x="410.5" y="940" as="geometry" />
        </mxCell>
      </root>
    </mxGraphModel>
  </diagram>
</mxfile>
